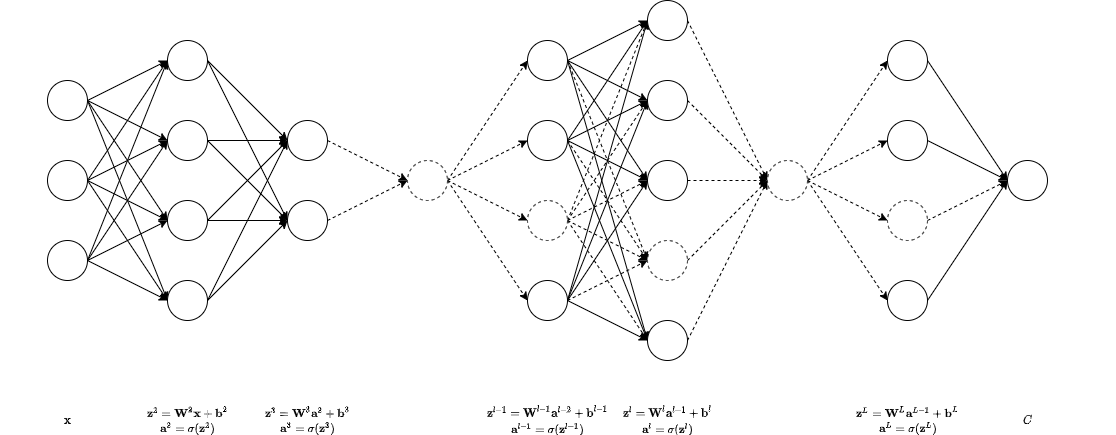
Above: NeuralNetworksAndDeepLearning.png in lihz6/DeepLearning (draw.io), before the change. Source tidied: cells renumbered, new cells last; positions are measured from the earlier drawing's top-left corner, leaving out a move shared by most shapes.
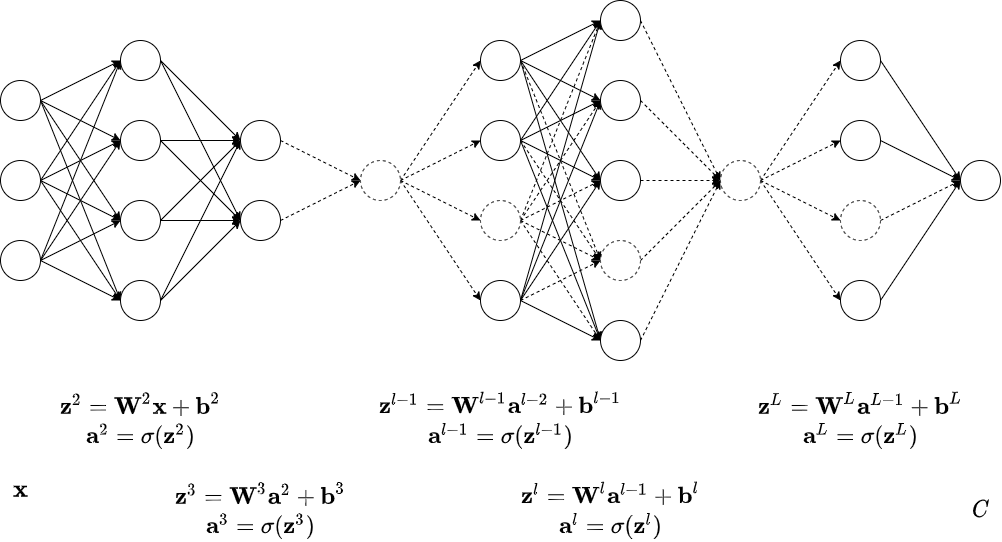
After the commit.

Commit message:
resize the font size in image

Change to the diagram source:
```diff
@@ -95,10 +95,10 @@
     <mxCell id="32" style="ellipse;whiteSpace=wrap;html=1;" parent="1" vertex="1">
       <mxGeometry x="240" y="200" width="40" height="40" as="geometry" />
     </mxCell>
-    <mxCell id="33" value="\(\textbf{x}\)" style="text;html=1;strokeColor=none;fillColor=none;align=center;verticalAlign=middle;rounded=0;fontFamily=Courier New;" parent="1" vertex="1">
-      <mxGeometry y="410" width="40" height="20" as="geometry" />
+    <mxCell id="33" value="\(\textbf{x}\)" style="text;html=1;strokeColor=none;fillColor=none;align=center;verticalAlign=middle;rounded=0;fontFamily=Courier New;fontSize=24;" parent="1" vertex="1">
+      <mxGeometry y="480" width="40" height="20" as="geometry" />
     </mxCell>
-    <mxCell id="34" value="\(\textbf{z}^2=\textbf{W}^2\textbf{x}+\textbf{b}^2\)&lt;br&gt;\(\textbf{a}^2=\sigma(\textbf{z}^2)\)" style="text;html=1;strokeColor=none;fillColor=none;align=center;verticalAlign=middle;rounded=0;fontFamily=Courier New;" parent="1" vertex="1">
+    <mxCell id="34" value="\(\textbf{z}^2=\textbf{W}^2\textbf{x}+\textbf{b}^2\)&lt;br style=&quot;font-size: 24px;&quot;&gt;\(\textbf{a}^2=\sigma(\textbf{z}^2)\)" style="text;html=1;strokeColor=none;fillColor=none;align=center;verticalAlign=middle;rounded=0;fontFamily=Courier New;fontSize=24;" parent="1" vertex="1">
       <mxGeometry x="120" y="410" width="40" height="20" as="geometry" />
     </mxCell>
     <mxCell id="35" style="edgeStyle=none;rounded=0;jettySize=auto;html=1;exitX=1;exitY=0.5;exitDx=0;exitDy=0;entryX=0;entryY=0.5;entryDx=0;entryDy=0;dashed=1;" parent="1" edge="1" source="39" target="63">
@@ -260,19 +260,19 @@
     <mxCell id="87" style="ellipse;whiteSpace=wrap;html=1;strokeWidth=1;fontFamily=Courier New;" parent="1" vertex="1">
       <mxGeometry x="960" y="160" width="40" height="40" as="geometry" />
     </mxCell>
-    <mxCell id="88" value="\(C\)" style="text;html=1;strokeColor=none;fillColor=none;align=center;verticalAlign=middle;rounded=0;fontFamily=Courier New;" parent="1" vertex="1">
-      <mxGeometry x="960" y="410" width="40" height="20" as="geometry" />
+    <mxCell id="88" value="\(C\)" style="text;html=1;strokeColor=none;fillColor=none;align=center;verticalAlign=middle;rounded=0;fontFamily=Courier New;fontSize=24;" parent="1" vertex="1">
+      <mxGeometry x="960" y="500" width="40" height="20" as="geometry" />
     </mxCell>
-    <mxCell id="89" value="\(\textbf{z}^3=\textbf{W}^3\textbf{a}^2+\textbf{b}^3\)&lt;br&gt;\(\textbf{a}^3=\sigma(\textbf{z}^3)\)" style="text;html=1;strokeColor=none;fillColor=none;align=center;verticalAlign=middle;rounded=0;fontFamily=Courier New;" parent="1" vertex="1">
-      <mxGeometry x="240" y="410" width="40" height="20" as="geometry" />
+    <mxCell id="89" value="\(\textbf{z}^3=\textbf{W}^3\textbf{a}^2+\textbf{b}^3\)&lt;br style=&quot;font-size: 24px;&quot;&gt;\(\textbf{a}^3=\sigma(\textbf{z}^3)\)" style="text;html=1;strokeColor=none;fillColor=none;align=center;verticalAlign=middle;rounded=0;fontFamily=Courier New;fontSize=24;" parent="1" vertex="1">
+      <mxGeometry x="240" y="500" width="40" height="20" as="geometry" />
     </mxCell>
-    <mxCell id="90" value="\(\textbf{z}^{l-1}=\textbf{W}^{l-1}\textbf{a}^{l-2}+\textbf{b}^{l-1}\)&lt;br&gt;\(\textbf{a}^{l-1}=\sigma(\textbf{z}^{l-1})\)" style="text;html=1;strokeColor=none;fillColor=none;align=center;verticalAlign=middle;rounded=0;fontFamily=Courier New;" parent="1" vertex="1">
+    <mxCell id="90" value="\(\textbf{z}^{l-1}=\textbf{W}^{l-1}\textbf{a}^{l-2}+\textbf{b}^{l-1}\)&lt;br style=&quot;font-size: 24px;&quot;&gt;\(\textbf{a}^{l-1}=\sigma(\textbf{z}^{l-1})\)" style="text;html=1;strokeColor=none;fillColor=none;align=center;verticalAlign=middle;rounded=0;fontFamily=Courier New;fontSize=24;" parent="1" vertex="1">
       <mxGeometry x="480" y="410" width="40" height="20" as="geometry" />
     </mxCell>
-    <mxCell id="91" value="\(\textbf{z}^l=\textbf{W}^l\textbf{a}^{l-1}+\textbf{b}^l\)&lt;br&gt;\(\textbf{a}^l=\sigma(\textbf{z}^l)\)" style="text;html=1;strokeColor=none;fillColor=none;align=center;verticalAlign=middle;rounded=0;fontFamily=Courier New;" parent="1" vertex="1">
-      <mxGeometry x="600" y="410" width="40" height="20" as="geometry" />
+    <mxCell id="91" value="\(\textbf{z}^l=\textbf{W}^l\textbf{a}^{l-1}+\textbf{b}^l\)&lt;br style=&quot;font-size: 24px;&quot;&gt;\(\textbf{a}^l=\sigma(\textbf{z}^l)\)" style="text;html=1;strokeColor=none;fillColor=none;align=center;verticalAlign=middle;rounded=0;fontFamily=Courier New;fontSize=24;" parent="1" vertex="1">
+      <mxGeometry x="590" y="500" width="40" height="20" as="geometry" />
     </mxCell>
-    <mxCell id="92" value="\(\textbf{z}^L=\textbf{W}^L\textbf{a}^{L-1}+\textbf{b}^L\)&lt;br&gt;\(\textbf{a}^L=\sigma(\textbf{z}^L)\)" style="text;html=1;strokeColor=none;fillColor=none;align=center;verticalAlign=middle;rounded=0;fontFamily=Courier New;" parent="1" vertex="1">
+    <mxCell id="92" value="\(\textbf{z}^L=\textbf{W}^L\textbf{a}^{L-1}+\textbf{b}^L\)&lt;br style=&quot;font-size: 24px;&quot;&gt;\(\textbf{a}^L=\sigma(\textbf{z}^L)\)" style="text;html=1;strokeColor=none;fillColor=none;align=center;verticalAlign=middle;rounded=0;fontFamily=Courier New;fontSize=24;" parent="1" vertex="1">
       <mxGeometry x="840" y="410" width="40" height="20" as="geometry" />
     </mxCell>
   </root>
```
